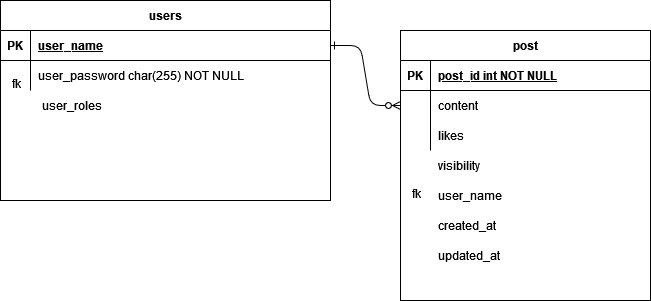
Above: utilities/err.drawio.png in TheRealJackiBoi/BlogExamProjectBackend (draw.io), before the change. Source tidied: cells renumbered, new cells last; positions are measured from the earlier drawing's top-left corner, leaving out a move shared by most shapes. Source of this version:
```xml
<mxGraphModel>
  <root>
    <mxCell id="0" />
    <mxCell id="1" parent="0" />
    <mxCell id="2" style="edgeStyle=entityRelationEdgeStyle;endArrow=ERzeroToMany;startArrow=ERone;endFill=1;startFill=0;" parent="1" edge="1" source="14" target="7">
      <mxGeometry relative="1" as="geometry" />
    </mxCell>
    <mxCell id="3" value="post" style="shape=table;startSize=30;rowLines=0;fontStyle=1;align=center;" parent="1" vertex="1">
      <mxGeometry x="400" y="30" width="250" height="270" as="geometry" />
    </mxCell>
    <mxCell id="4" style="shape=partialRectangle;fillColor=none;top=0;left=0;right=0;bottom=1;" parent="3" vertex="1">
      <mxGeometry y="30" width="250" height="30" as="geometry" />
    </mxCell>
    <mxCell id="5" value="PK" style="shape=partialRectangle;overflow=hidden;fillColor=none;top=0;left=0;bottom=0;right=0;fontStyle=1;" parent="4" vertex="1">
      <mxGeometry width="30" height="30" as="geometry" />
    </mxCell>
    <mxCell id="6" value="post_id int NOT NULL " style="shape=partialRectangle;overflow=hidden;fillColor=none;top=0;left=0;bottom=0;right=0;align=left;spacingLeft=6;fontStyle=5;" parent="4" vertex="1">
      <mxGeometry x="30" width="220" height="30" as="geometry" />
    </mxCell>
    <mxCell id="7" style="shape=partialRectangle;fillColor=none;points=[[0,0.5],[1,0.5]];portConstraint=eastwest;top=0;left=0;right=0;bottom=0;" parent="3" vertex="1">
      <mxGeometry y="60" width="250" height="30" as="geometry" />
    </mxCell>
    <mxCell id="8" style="shape=partialRectangle;overflow=hidden;fillColor=none;top=0;left=0;bottom=0;right=0;" parent="7" vertex="1">
      <mxGeometry width="30" height="30" as="geometry" />
    </mxCell>
    <mxCell id="9" value="content" style="shape=partialRectangle;overflow=hidden;fillColor=none;top=0;left=0;bottom=0;right=0;align=left;spacingLeft=6;" parent="7" vertex="1">
      <mxGeometry x="30" width="220" height="30" as="geometry" />
    </mxCell>
    <mxCell id="10" style="shape=partialRectangle;fillColor=none;top=0;left=0;right=0;bottom=0;" parent="3" vertex="1">
      <mxGeometry y="90" width="250" height="30" as="geometry" />
    </mxCell>
    <mxCell id="11" style="shape=partialRectangle;overflow=hidden;fillColor=none;top=0;left=0;bottom=0;right=0;" parent="10" vertex="1">
      <mxGeometry width="30" height="30" as="geometry" />
    </mxCell>
    <mxCell id="12" value="likes" style="shape=partialRectangle;overflow=hidden;fillColor=none;top=0;left=0;bottom=0;right=0;align=left;spacingLeft=6;" parent="10" vertex="1">
      <mxGeometry x="30" width="220" height="30" as="geometry" />
    </mxCell>
    <mxCell id="13" value="users" style="shape=table;startSize=30;rowLines=0;fontStyle=1;align=center;" parent="1" vertex="1">
      <mxGeometry width="330" height="200" as="geometry" />
    </mxCell>
    <mxCell id="14" style="shape=partialRectangle;fillColor=none;points=[[0,0.5],[1,0.5]];portConstraint=eastwest;top=0;left=0;right=0;bottom=1;" parent="13" vertex="1">
      <mxGeometry y="30" width="330" height="30" as="geometry" />
    </mxCell>
    <mxCell id="15" value="PK" style="shape=partialRectangle;overflow=hidden;fillColor=none;top=0;left=0;bottom=0;right=0;fontStyle=1;" parent="14" vertex="1">
      <mxGeometry width="30" height="30" as="geometry" />
    </mxCell>
    <mxCell id="16" value="user_name" style="shape=partialRectangle;overflow=hidden;fillColor=none;top=0;left=0;bottom=0;right=0;align=left;spacingLeft=6;fontStyle=5;" parent="14" vertex="1">
      <mxGeometry x="30" width="300" height="30" as="geometry" />
    </mxCell>
    <mxCell id="17" style="shape=partialRectangle;fillColor=none;top=0;left=0;right=0;bottom=0;" parent="13" vertex="1">
      <mxGeometry y="60" width="330" height="30" as="geometry" />
    </mxCell>
    <mxCell id="18" style="shape=partialRectangle;overflow=hidden;fillColor=none;top=0;left=0;bottom=0;right=0;" parent="17" vertex="1">
      <mxGeometry width="30" height="30" as="geometry" />
    </mxCell>
    <mxCell id="19" value="user_password char(255) NOT NULL" style="shape=partialRectangle;overflow=hidden;fillColor=none;top=0;left=0;bottom=0;right=0;align=left;spacingLeft=6;" parent="17" vertex="1">
      <mxGeometry x="30" width="300" height="30" as="geometry" />
    </mxCell>
    <mxCell id="20" value="&lt;div&gt;user_roles&lt;/div&gt;" style="text;html=1;strokeColor=none;fillColor=none;align=left;verticalAlign=middle;whiteSpace=wrap;rounded=0;" parent="1" vertex="1">
      <mxGeometry x="40" y="90" width="60" height="30" as="geometry" />
    </mxCell>
    <mxCell id="21" value="fk" style="text;whiteSpace=wrap;html=1;" parent="1" vertex="1">
      <mxGeometry x="10" y="70" width="20" height="30" as="geometry" />
    </mxCell>
    <mxCell id="22" value="visibility" style="shape=partialRectangle;overflow=hidden;fillColor=none;top=0;left=0;bottom=0;right=0;align=left;spacingLeft=6;" parent="1" vertex="1">
      <mxGeometry x="430" y="150" width="220" height="30" as="geometry" />
    </mxCell>
    <mxCell id="23" value="user_name" style="shape=partialRectangle;overflow=hidden;fillColor=none;top=0;left=0;bottom=0;right=0;align=left;spacingLeft=6;" parent="1" vertex="1">
      <mxGeometry x="430" y="180" width="220" height="30" as="geometry" />
    </mxCell>
    <mxCell id="24" value="fk" style="text;whiteSpace=wrap;html=1;" parent="1" vertex="1">
      <mxGeometry x="410" y="180" width="20" height="30" as="geometry" />
    </mxCell>
    <mxCell id="25" value="created_at" style="shape=partialRectangle;overflow=hidden;fillColor=none;top=0;left=0;bottom=0;right=0;align=left;spacingLeft=6;" parent="1" vertex="1">
      <mxGeometry x="430" y="210" width="220" height="30" as="geometry" />
    </mxCell>
    <mxCell id="26" value="updated_at" style="shape=partialRectangle;overflow=hidden;fillColor=none;top=0;left=0;bottom=0;right=0;align=left;spacingLeft=6;" parent="1" vertex="1">
      <mxGeometry x="430" y="240" width="220" height="30" as="geometry" />
    </mxCell>
  </root>
</mxGraphModel>
```
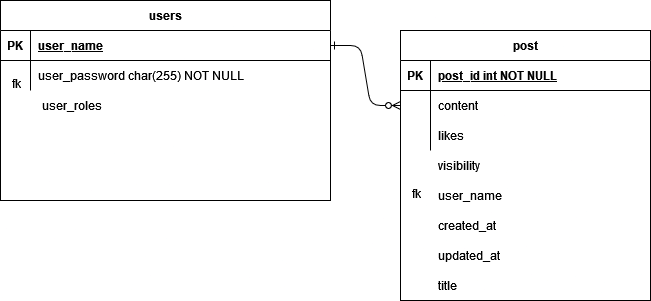
The same file after the commit.

Commit message:
update err diagram

Change to the diagram source:
```diff
@@ -77,5 +77,8 @@
     <mxCell id="26" value="updated_at" style="shape=partialRectangle;overflow=hidden;fillColor=none;top=0;left=0;bottom=0;right=0;align=left;spacingLeft=6;" parent="1" vertex="1">
       <mxGeometry x="430" y="240" width="220" height="30" as="geometry" />
     </mxCell>
+    <mxCell id="27" value="title" style="shape=partialRectangle;overflow=hidden;fillColor=none;top=0;left=0;bottom=0;right=0;align=left;spacingLeft=6;" parent="1" vertex="1">
+      <mxGeometry x="430" y="270" width="220" height="30" as="geometry" />
+    </mxCell>
   </root>
 </mxGraphModel>
```
